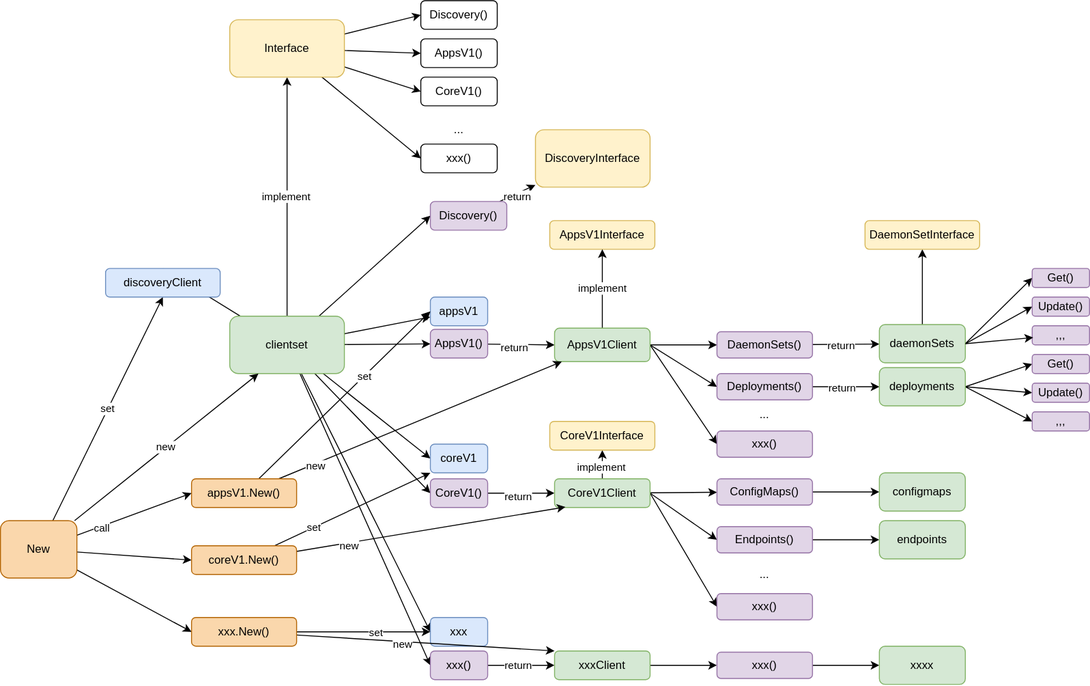
Above: contents/kubernetes-operator/client-go/clientset/clientset.drawio.svg in nakamasato/kubernetes-training (draw.io), before the change. Source tidied: cells renumbered, new cells last; positions are measured from the earlier drawing's top-left corner, leaving out a move shared by most shapes.
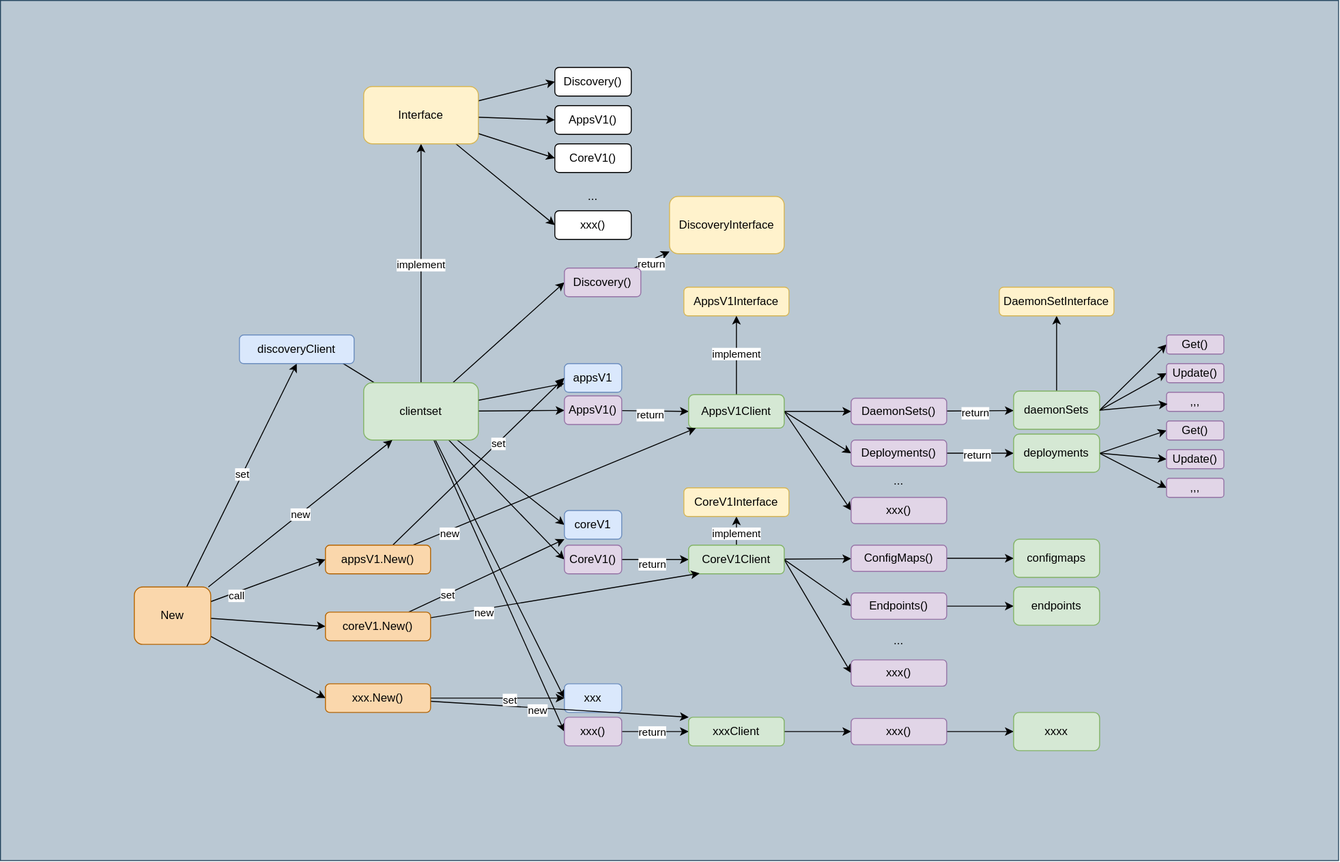
After the change.

Diff of the diagram source:
```diff
@@ -2,6 +2,9 @@
   <root>
     <mxCell id="0" />
     <mxCell id="1" parent="0" />
+    <mxCell id="113" style="rounded=0;whiteSpace=wrap;html=1;fillColor=#bac8d3;strokeColor=#23445d;" parent="1" vertex="1">
+      <mxGeometry x="-140" y="-70" width="1400" height="900" as="geometry" />
+    </mxCell>
     <mxCell id="2" style="edgeStyle=none;html=1;" parent="1" edge="1" source="12" target="15">
       <mxGeometry relative="1" as="geometry" />
     </mxCell>
```
